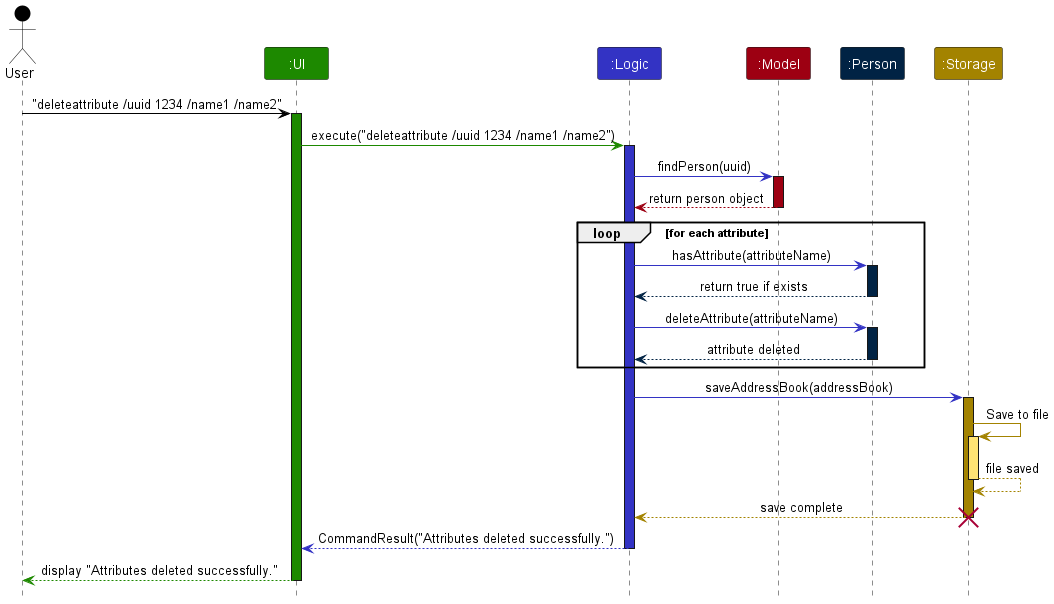
Before: docs/images/DeleteAttributeSequenceDiagram.png, a diagram exported from PlantUML (Emberlynn-Loo/tp).
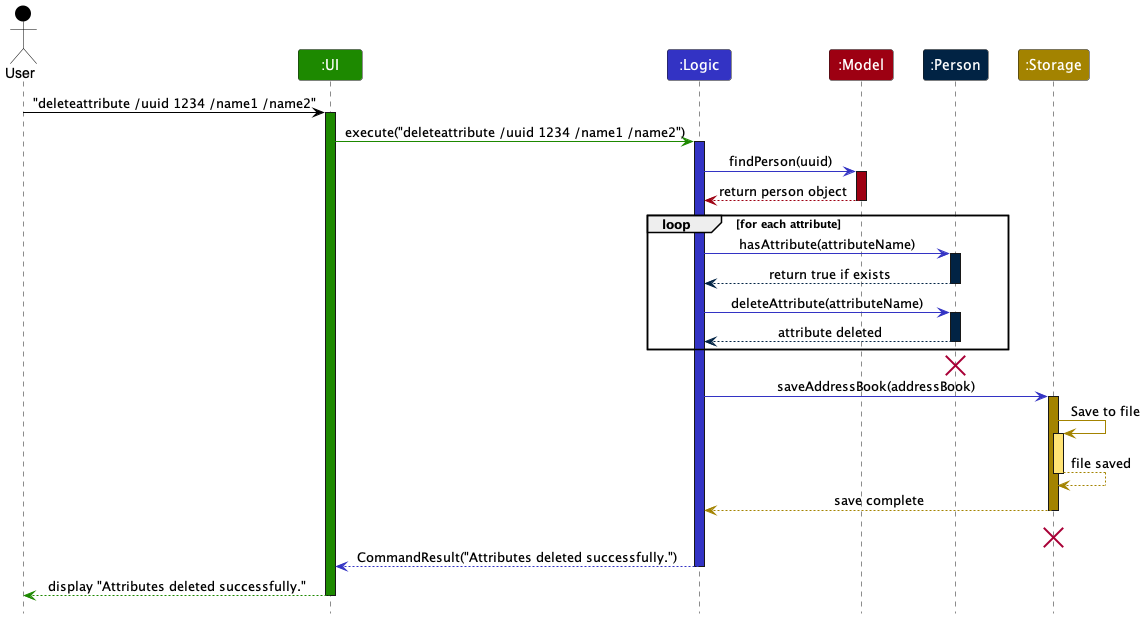
After the change.

What changed in the source:
```diff
@@ -33,6 +33,7 @@
     person --[PERSON_COLOR]> logic : attribute deleted
     deactivate person
 end
+destroy person
 
 logic -[LOGIC_COLOR]> storage : saveAddressBook(addressBook)
 activate storage STORAGE_COLOR
@@ -44,6 +45,7 @@
 
 storage --[STORAGE_COLOR]> logic : save complete
 deactivate storage
+storage --[HIDDEN]> storage :
 destroy storage
 
 logic --[LOGIC_COLOR]> ui : CommandResult("Attributes deleted successfully.")
```
